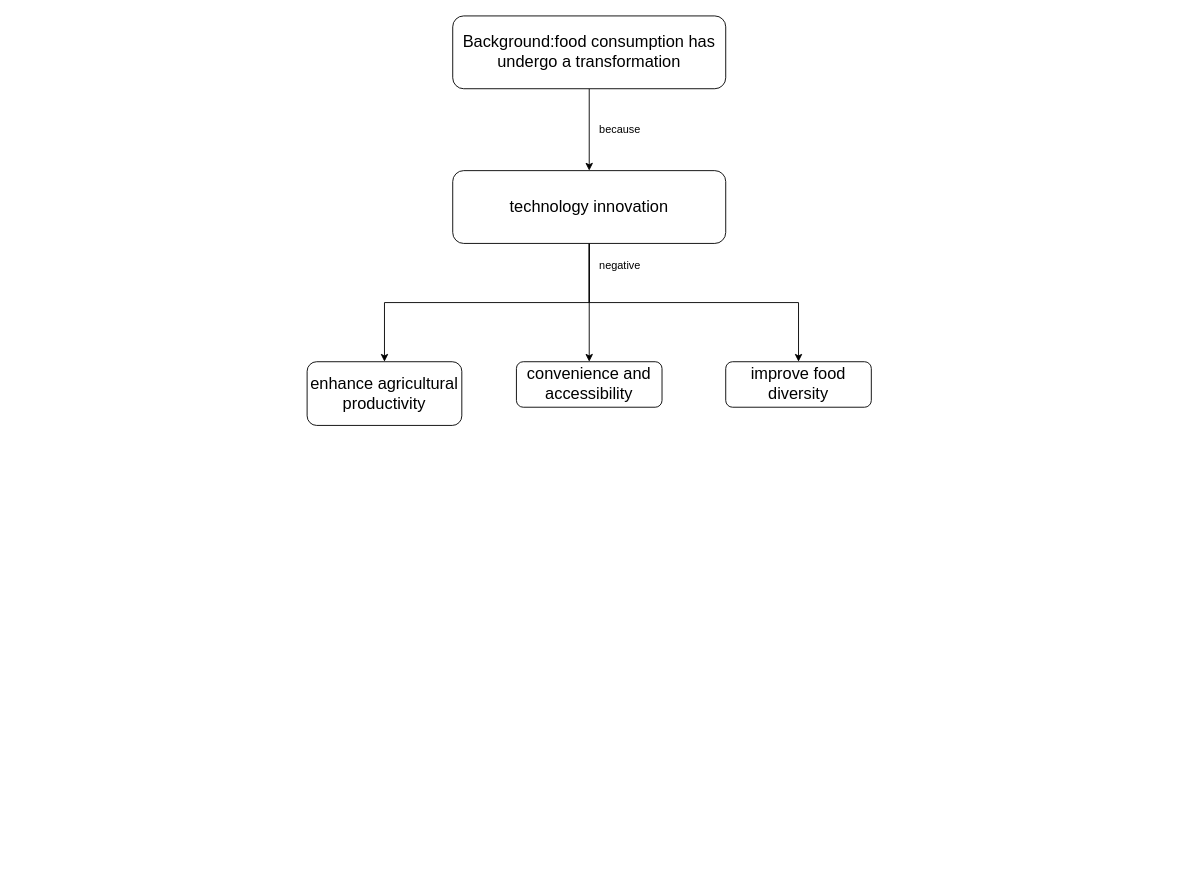
The draw.io diagram taxtmap.drawio in Hu1999824/hello-world, before the edit. Source tidied: cells renumbered, new cells numbered last; positions are measured from the earlier drawing's top-left corner, leaving out a move shared by most shapes. Both pictures are drawn from the tidied source at 91%, with x=0, y=0 at pixel (307, 15).
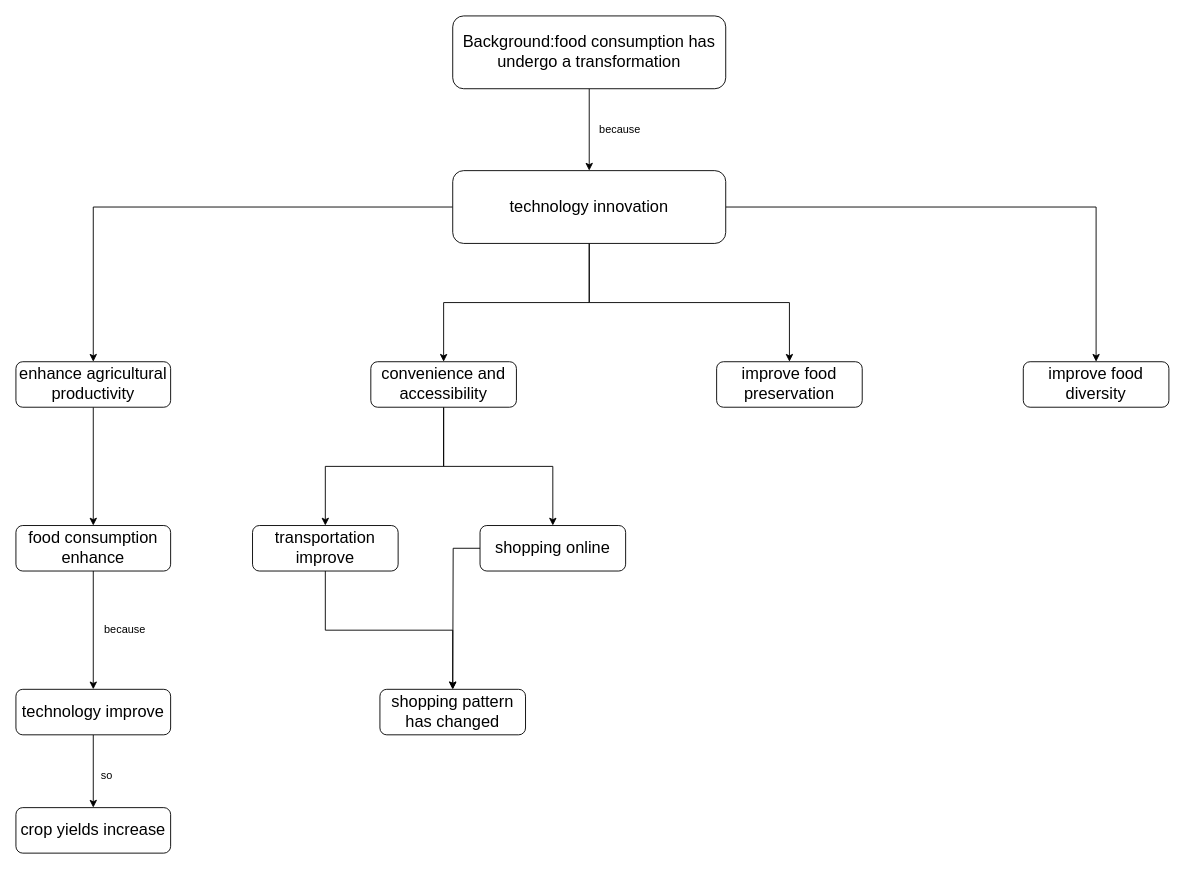
The same diagram, later.

Unchanged cells that the change refers to:
```xml
<mxCell id="7" value="&lt;font style=&quot;font-size: 18px;&quot;&gt;technology innovation&lt;/font&gt;" style="rounded=1;whiteSpace=wrap;html=1;fontSize=12;glass=0;strokeWidth=1;shadow=0;" parent="1" vertex="1">
  <mxGeometry x="160" y="170" width="300" height="80" as="geometry" />
</mxCell>
```

Diff of the diagram source:
```diff
@@
-    <mxCell id="6" style="edgeStyle=orthogonalEdgeStyle;rounded=0;jettySize=auto;html=1;exitX=0.5;exitY=1;exitDx=0;exitDy=0;" parent="1" edge="1" source="7" target="12">
+    <mxCell id="6" style="edgeStyle=orthogonalEdgeStyle;rounded=0;jettySize=auto;html=1;entryX=0.5;entryY=0;entryDx=0;entryDy=0;" parent="1" edge="1" source="7" target="12">
       <mxGeometry relative="1" as="geometry" />
     </mxCell>
+    <mxCell id="13" style="edgeStyle=orthogonalEdgeStyle;rounded=0;jettySize=auto;html=1;entryX=0.5;entryY=0;entryDx=0;entryDy=0;" parent="1" edge="1" source="7" target="22">
+      <mxGeometry relative="1" as="geometry" />
+    </mxCell>
@@
+    <mxCell id="14" style="edgeStyle=orthogonalEdgeStyle;rounded=0;jettySize=auto;html=1;entryX=0.5;entryY=0;entryDx=0;entryDy=0;" parent="1" edge="1" source="9" target="24">
+      <mxGeometry relative="1" as="geometry" />
+    </mxCell>
     <mxCell id="9" value="&lt;font style=&quot;font-size: 18px;&quot;&gt;enhance agricultural productivity&lt;/font&gt;" style="rounded=1;whiteSpace=wrap;html=1;fontSize=12;glass=0;strokeWidth=1;shadow=0;" parent="1" vertex="1">
-      <mxGeometry y="380" width="170" height="70" as="geometry" />
+      <mxGeometry x="-320" y="380" width="170" height="50" as="geometry" />
     </mxCell>
-    <mxCell id="10" value="negative" style="text;strokeColor=none;align=center;fillColor=none;html=1;verticalAlign=middle;whiteSpace=wrap;rounded=0;" parent="1" vertex="1">
-      <mxGeometry x="314" y="260" width="60" height="30" as="geometry" />
-    </mxCell>
+    <mxCell id="15" style="edgeStyle=orthogonalEdgeStyle;rounded=0;jettySize=auto;html=1;" parent="1" edge="1" source="11" target="18">
+      <mxGeometry relative="1" as="geometry" />
+    </mxCell>
+    <mxCell id="16" style="edgeStyle=orthogonalEdgeStyle;rounded=0;jettySize=auto;html=1;" parent="1" edge="1" source="11" target="20">
+      <mxGeometry relative="1" as="geometry" />
+    </mxCell>
     <mxCell id="11" value="&lt;font style=&quot;font-size: 18px;&quot;&gt;convenience and accessibility&lt;/font&gt;" style="rounded=1;whiteSpace=wrap;html=1;fontSize=12;glass=0;strokeWidth=1;shadow=0;" parent="1" vertex="1">
-      <mxGeometry x="230" y="380" width="160" height="50" as="geometry" />
+      <mxGeometry x="70" y="380" width="160" height="50" as="geometry" />
     </mxCell>
     <mxCell id="12" value="&lt;font style=&quot;font-size: 18px;&quot;&gt;improve food diversity&lt;/font&gt;" style="rounded=1;whiteSpace=wrap;html=1;fontSize=12;glass=0;strokeWidth=1;shadow=0;" parent="1" vertex="1">
-      <mxGeometry x="460" y="380" width="160" height="50" as="geometry" />
+      <mxGeometry x="787" y="380" width="160" height="50" as="geometry" />
     </mxCell>
+    <mxCell id="17" style="edgeStyle=orthogonalEdgeStyle;rounded=0;jettySize=auto;html=1;" parent="1" edge="1" source="18" target="21">
+      <mxGeometry relative="1" as="geometry" />
+    </mxCell>
+    <mxCell id="18" value="&lt;font style=&quot;font-size: 18px;&quot;&gt;transportation improve&lt;/font&gt;" style="rounded=1;whiteSpace=wrap;html=1;fontSize=12;glass=0;strokeWidth=1;shadow=0;" parent="1" vertex="1">
+      <mxGeometry x="-60" y="560" width="160" height="50" as="geometry" />
+    </mxCell>
+    <mxCell id="19" style="edgeStyle=orthogonalEdgeStyle;rounded=0;jettySize=auto;html=1;" parent="1" edge="1" source="20">
+      <mxGeometry relative="1" as="geometry">
+        <mxPoint x="160" y="740" as="targetPoint" />
+      </mxGeometry>
+    </mxCell>
+    <mxCell id="20" value="&lt;font style=&quot;font-size: 18px;&quot;&gt;shopping online&lt;/font&gt;" style="rounded=1;whiteSpace=wrap;html=1;fontSize=12;glass=0;strokeWidth=1;shadow=0;" parent="1" vertex="1">
+      <mxGeometry x="190" y="560" width="160" height="50" as="geometry" />
+    </mxCell>
+    <mxCell id="21" value="&lt;font style=&quot;font-size: 18px;&quot;&gt;shopping pattern has changed&lt;/font&gt;" style="rounded=1;whiteSpace=wrap;html=1;fontSize=12;glass=0;strokeWidth=1;shadow=0;" parent="1" vertex="1">
+      <mxGeometry x="80" y="740" width="160" height="50" as="geometry" />
+    </mxCell>
+    <mxCell id="22" value="&lt;font style=&quot;font-size: 18px;&quot;&gt;improve food preservation&lt;/font&gt;" style="rounded=1;whiteSpace=wrap;html=1;fontSize=12;glass=0;strokeWidth=1;shadow=0;" parent="1" vertex="1">
+      <mxGeometry x="450" y="380" width="160" height="50" as="geometry" />
+    </mxCell>
+    <mxCell id="23" style="edgeStyle=orthogonalEdgeStyle;rounded=0;jettySize=auto;html=1;" parent="1" edge="1" source="24" target="26">
+      <mxGeometry relative="1" as="geometry" />
+    </mxCell>
+    <mxCell id="24" value="&lt;font style=&quot;font-size: 18px;&quot;&gt;food consumption enhance&lt;/font&gt;" style="rounded=1;whiteSpace=wrap;html=1;fontSize=12;glass=0;strokeWidth=1;shadow=0;" parent="1" vertex="1">
+      <mxGeometry x="-320" y="560" width="170" height="50" as="geometry" />
+    </mxCell>
+    <mxCell id="25" style="edgeStyle=orthogonalEdgeStyle;rounded=0;jettySize=auto;html=1;" parent="1" edge="1" source="26" target="28">
+      <mxGeometry relative="1" as="geometry" />
+    </mxCell>
+    <mxCell id="26" value="&lt;font style=&quot;font-size: 18px;&quot;&gt;technology improve&lt;/font&gt;" style="rounded=1;whiteSpace=wrap;html=1;fontSize=12;glass=0;strokeWidth=1;shadow=0;" parent="1" vertex="1">
+      <mxGeometry x="-320" y="740" width="170" height="50" as="geometry" />
+    </mxCell>
+    <mxCell id="27" value="because" style="text;strokeColor=none;align=center;fillColor=none;html=1;verticalAlign=middle;whiteSpace=wrap;rounded=0;" parent="1" vertex="1">
+      <mxGeometry x="-230" y="660" width="60" height="30" as="geometry" />
+    </mxCell>
+    <mxCell id="28" value="&lt;font style=&quot;font-size: 18px;&quot;&gt;crop yields increase&lt;/font&gt;" style="rounded=1;whiteSpace=wrap;html=1;fontSize=12;glass=0;strokeWidth=1;shadow=0;" parent="1" vertex="1">
+      <mxGeometry x="-320" y="870" width="170" height="50" as="geometry" />
+    </mxCell>
+    <mxCell id="29" value="so" style="text;strokeColor=none;align=center;fillColor=none;html=1;verticalAlign=middle;whiteSpace=wrap;rounded=0;" parent="1" vertex="1">
+      <mxGeometry x="-250" y="820" width="60" height="30" as="geometry" />
+    </mxCell>
```
